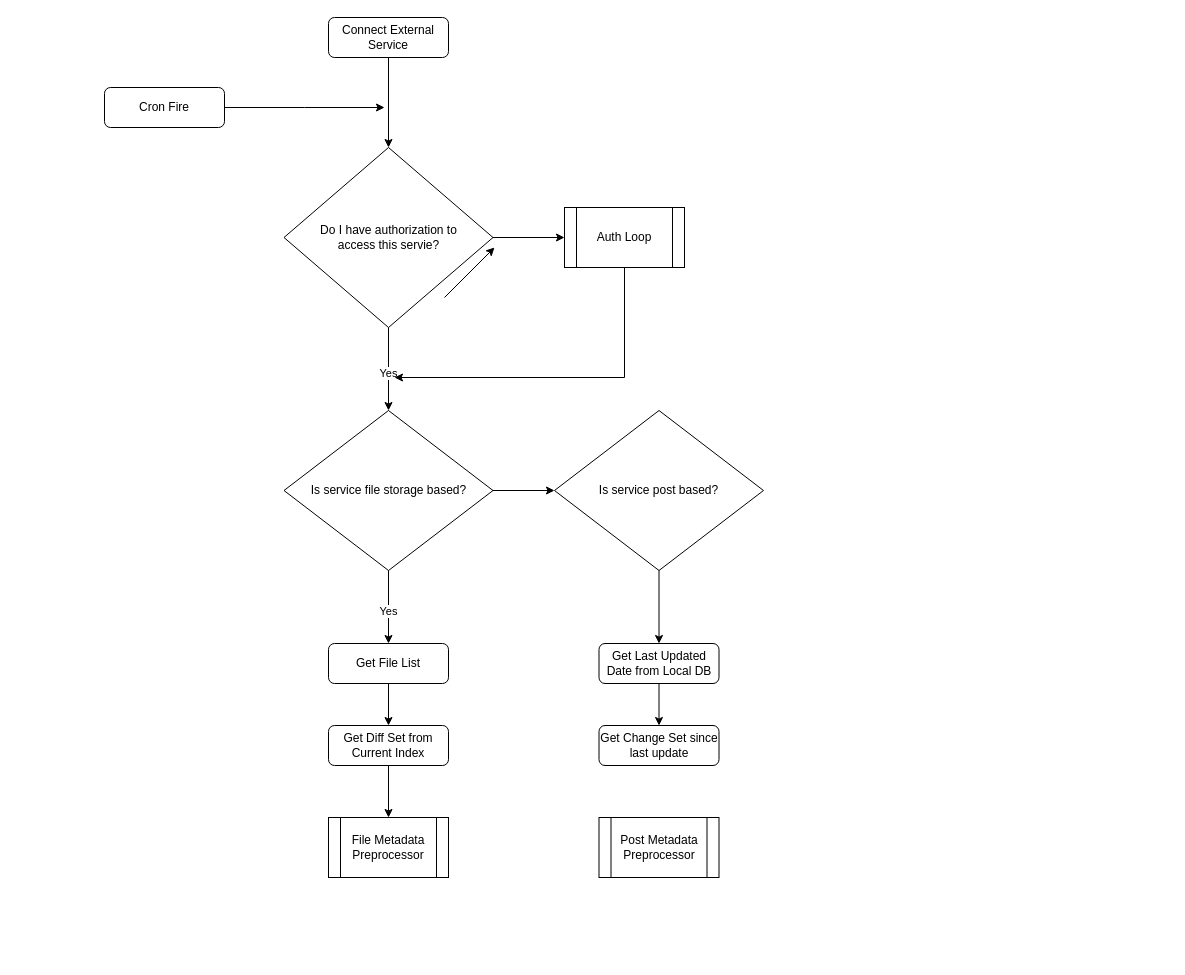
The draw.io diagram Untitled Diagram.drawio in amanrai/substrate, before the edit. Source tidied: cells renumbered, new cells numbered last; positions are measured from the earlier drawing's top-left corner, leaving out a move shared by most shapes. Both pictures are drawn from the tidied source at 100%, with x=0, y=0 at pixel (104, 17).
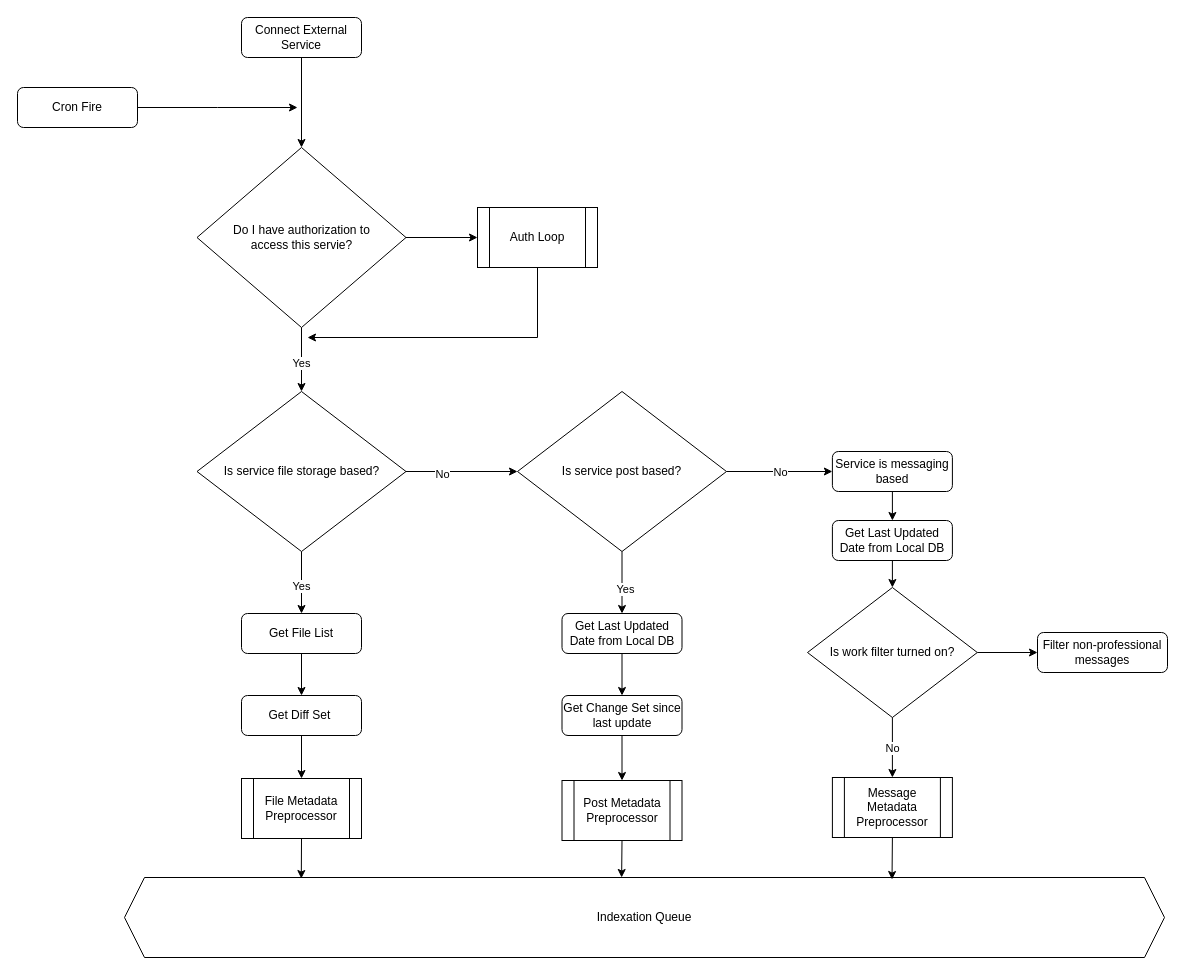
The same diagram, later.

Unchanged cells that the change refers to:
```xml
<mxCell id="19" style="endArrow=classic;html=1;rounded=0;exitX=1;exitY=0.5;exitDx=0;exitDy=0;entryX=0;entryY=0.5;entryDx=0;entryDy=0;" parent="1" edge="1" source="3" target="18">
  <mxGeometry relative="1" as="geometry" />
</mxCell>
<mxCell id="25" style="endArrow=classic;html=1;rounded=0;exitX=0.5;exitY=1;exitDx=0;exitDy=0;entryX=0.5;entryY=0;entryDx=0;entryDy=0;" parent="1" edge="1" source="18" target="20">
  <mxGeometry relative="1" as="geometry" />
</mxCell>
```

Diff of the diagram source:
```diff
@@
     <mxCell id="2" value="Connect External Service" style="rounded=1;whiteSpace=wrap;html=1;fontSize=12;glass=0;strokeWidth=1;shadow=0;" parent="1" vertex="1">
-      <mxGeometry x="224" width="120" height="40" as="geometry" />
+      <mxGeometry x="137" width="120" height="40" as="geometry" />
     </mxCell>
     <mxCell id="3" value="Is service file storage based?" style="rhombus;whiteSpace=wrap;html=1;" parent="1" vertex="1">
-      <mxGeometry x="179.5" y="393" width="209" height="160" as="geometry" />
+      <mxGeometry x="92.5" y="374" width="209" height="160" as="geometry" />
     </mxCell>
     <mxCell id="4" value="Get File List" style="rounded=1;whiteSpace=wrap;html=1;fontSize=12;glass=0;strokeWidth=1;shadow=0;" parent="1" vertex="1">
-      <mxGeometry x="224" y="626" width="120" height="40" as="geometry" />
+      <mxGeometry x="137" y="596" width="120" height="40" as="geometry" />
     </mxCell>
@@
-    <mxCell id="7" value="Get Diff Set from Current Index" style="rounded=1;whiteSpace=wrap;html=1;fontSize=12;glass=0;strokeWidth=1;shadow=0;" parent="1" vertex="1">
-      <mxGeometry x="224" y="708" width="120" height="40" as="geometry" />
+    <mxCell id="7" value="Get Diff Set&amp;nbsp;" style="rounded=1;whiteSpace=wrap;html=1;fontSize=12;glass=0;strokeWidth=1;shadow=0;" parent="1" vertex="1">
+      <mxGeometry x="137" y="678" width="120" height="40" as="geometry" />
     </mxCell>
     <mxCell id="8" value="Do I have authorization to &lt;br&gt;access this servie?" style="rhombus;whiteSpace=wrap;html=1;" parent="1" vertex="1">
-      <mxGeometry x="179.5" y="130" width="209" height="180" as="geometry" />
+      <mxGeometry x="92.5" y="130" width="209" height="180" as="geometry" />
     </mxCell>
@@
     <mxCell id="12" value="File Metadata Preprocessor" style="shape=process;whiteSpace=wrap;html=1;backgroundOutline=1;" parent="1" vertex="1">
-      <mxGeometry x="224" y="800" width="120" height="60" as="geometry" />
+      <mxGeometry x="137" y="761" width="120" height="60" as="geometry" />
     </mxCell>
@@
     <mxCell id="15" value="Auth Loop" style="shape=process;whiteSpace=wrap;html=1;backgroundOutline=1;" parent="1" vertex="1">
-      <mxGeometry x="460" y="190" width="120" height="60" as="geometry" />
+      <mxGeometry x="373" y="190" width="120" height="60" as="geometry" />
     </mxCell>
@@
     <mxCell id="17" style="endArrow=classic;html=1;rounded=0;exitX=0.5;exitY=1;exitDx=0;exitDy=0;" parent="1" edge="1" source="15">
       <mxGeometry relative="1" as="geometry">
-        <mxPoint x="290" y="360" as="targetPoint" />
+        <mxPoint x="203" y="320" as="targetPoint" />
         <Array as="points">
-          <mxPoint x="520" y="360" />
+          <mxPoint x="433" y="320" />
         </Array>
       </mxGeometry>
     </mxCell>
     <mxCell id="18" value="Is service post based?" style="rhombus;whiteSpace=wrap;html=1;" parent="1" vertex="1">
-      <mxGeometry x="450" y="393" width="209" height="160" as="geometry" />
+      <mxGeometry x="413" y="374" width="209" height="160" as="geometry" />
     </mxCell>
@@
+    <mxCell id="28" value="No" style="edgeLabel;html=1;align=center;verticalAlign=middle;" parent="19" vertex="1">
+      <mxGeometry x="-0.35" y="-2" relative="1" as="geometry" />
+    </mxCell>
     <mxCell id="20" value="Get Last Updated Date from Local DB" style="rounded=1;whiteSpace=wrap;html=1;fontSize=12;glass=0;strokeWidth=1;shadow=0;" parent="1" vertex="1">
-      <mxGeometry x="494.5" y="626" width="120" height="40" as="geometry" />
+      <mxGeometry x="457.5" y="596" width="120" height="40" as="geometry" />
     </mxCell>
     <mxCell id="21" style="edgeStyle=orthogonalEdgeStyle;rounded=0;jettySize=auto;html=1;exitX=1;exitY=0.5;exitDx=0;exitDy=0;" parent="1" edge="1" source="22">
       <mxGeometry relative="1" as="geometry">
-        <mxPoint x="280" y="90" as="targetPoint" />
+        <mxPoint x="193" y="90" as="targetPoint" />
       </mxGeometry>
     </mxCell>
     <mxCell id="22" value="Cron Fire" style="rounded=1;whiteSpace=wrap;html=1;fontSize=12;glass=0;strokeWidth=1;shadow=0;" parent="1" vertex="1">
-      <mxGeometry y="70" width="120" height="40" as="geometry" />
+      <mxGeometry x="-87" y="70" width="120" height="40" as="geometry" />
     </mxCell>
-    <mxCell id="23" style="endArrow=classic;html=1;rounded=0;" parent="1" edge="1">
-      <mxGeometry relative="1" as="geometry">
-        <mxPoint x="340" y="280" as="sourcePoint" />
-        <mxPoint x="390" y="230" as="targetPoint" />
-      </mxGeometry>
-    </mxCell>
     <mxCell id="24" value="Get Change Set since last update" style="rounded=1;whiteSpace=wrap;html=1;fontSize=12;glass=0;strokeWidth=1;shadow=0;" parent="1" vertex="1">
-      <mxGeometry x="494.5" y="708" width="120" height="40" as="geometry" />
+      <mxGeometry x="457.5" y="678" width="120" height="40" as="geometry" />
     </mxCell>
@@
+    <mxCell id="29" value="Yes" style="edgeLabel;html=1;align=center;verticalAlign=middle;" parent="25" vertex="1">
+      <mxGeometry x="0.18" y="3" relative="1" as="geometry" />
+    </mxCell>
     <mxCell id="26" value="Post Metadata Preprocessor" style="shape=process;whiteSpace=wrap;html=1;backgroundOutline=1;" parent="1" vertex="1">
-      <mxGeometry x="494.5" y="800" width="120" height="60" as="geometry" />
+      <mxGeometry x="457.5" y="763" width="120" height="60" as="geometry" />
     </mxCell>
@@
+    <mxCell id="30" style="endArrow=classic;html=1;rounded=0;exitX=0.5;exitY=1;exitDx=0;exitDy=0;entryX=0.5;entryY=0;entryDx=0;entryDy=0;" parent="1" edge="1" source="24" target="26">
+      <mxGeometry relative="1" as="geometry" />
+    </mxCell>
+    <mxCell id="31" value="Get Last Updated Date from Local DB" style="rounded=1;whiteSpace=wrap;html=1;fontSize=12;glass=0;strokeWidth=1;shadow=0;" parent="1" vertex="1">
+      <mxGeometry x="727.9" y="503" width="120" height="40" as="geometry" />
+    </mxCell>
+    <mxCell id="32" value="Message Metadata Preprocessor" style="shape=process;whiteSpace=wrap;html=1;backgroundOutline=1;" parent="1" vertex="1">
+      <mxGeometry x="727.9" y="760" width="120" height="60" as="geometry" />
+    </mxCell>
+    <mxCell id="33" value="Is work filter turned on?" style="rhombus;whiteSpace=wrap;html=1;" parent="1" vertex="1">
+      <mxGeometry x="703" y="570" width="169.8" height="130" as="geometry" />
+    </mxCell>
+    <mxCell id="34" value="Filter non-professional messages" style="rounded=1;whiteSpace=wrap;html=1;fontSize=12;glass=0;strokeWidth=1;shadow=0;" parent="1" vertex="1">
+      <mxGeometry x="933" y="615" width="130" height="40" as="geometry" />
+    </mxCell>
+    <mxCell id="35" style="endArrow=classic;html=1;rounded=0;exitX=1;exitY=0.5;exitDx=0;exitDy=0;entryX=0;entryY=0.5;entryDx=0;entryDy=0;" parent="1" edge="1" source="18" target="37">
+      <mxGeometry relative="1" as="geometry" />
+    </mxCell>
+    <mxCell id="36" value="No" style="edgeLabel;html=1;align=center;verticalAlign=middle;" parent="35" vertex="1">
+      <mxGeometry x="0.01" relative="1" as="geometry" />
+    </mxCell>
+    <mxCell id="37" value="Service is messaging based" style="rounded=1;whiteSpace=wrap;html=1;fontSize=12;glass=0;strokeWidth=1;shadow=0;" parent="1" vertex="1">
+      <mxGeometry x="727.9" y="434" width="120" height="40" as="geometry" />
+    </mxCell>
+    <mxCell id="38" style="endArrow=classic;html=1;rounded=0;exitX=0.5;exitY=1;exitDx=0;exitDy=0;entryX=0.5;entryY=0;entryDx=0;entryDy=0;" parent="1" edge="1" source="37" target="31">
+      <mxGeometry relative="1" as="geometry" />
+    </mxCell>
+    <mxCell id="39" style="endArrow=classic;html=1;rounded=0;exitX=0.5;exitY=1;exitDx=0;exitDy=0;" parent="1" edge="1" source="31" target="33">
+      <mxGeometry relative="1" as="geometry" />
+    </mxCell>
+    <mxCell id="40" style="endArrow=classic;html=1;rounded=0;exitX=0.5;exitY=1;exitDx=0;exitDy=0;entryX=0.5;entryY=0;entryDx=0;entryDy=0;" parent="1" edge="1" source="33" target="32">
+      <mxGeometry relative="1" as="geometry" />
+    </mxCell>
+    <mxCell id="41" value="No" style="edgeLabel;html=1;align=center;verticalAlign=middle;" parent="40" vertex="1">
+      <mxGeometry relative="1" as="geometry" />
+    </mxCell>
+    <mxCell id="42" style="endArrow=classic;html=1;rounded=0;exitX=1;exitY=0.5;exitDx=0;exitDy=0;entryX=0;entryY=0.5;entryDx=0;entryDy=0;" parent="1" edge="1" source="33" target="34">
+      <mxGeometry relative="1" as="geometry" />
+    </mxCell>
+    <mxCell id="43" value="Indexation Queue" style="shape=hexagon;perimeter=hexagonPerimeter2;whiteSpace=wrap;html=1;fixedSize=1;" parent="1" vertex="1">
+      <mxGeometry x="20" y="860" width="1040" height="80" as="geometry" />
+    </mxCell>
+    <mxCell id="44" style="endArrow=classic;html=1;rounded=0;exitX=0.5;exitY=1;exitDx=0;exitDy=0;entryX=0.17;entryY=0.013;entryDx=0;entryDy=0;entryPerimeter=0;" parent="1" edge="1" source="12" target="43">
+      <mxGeometry relative="1" as="geometry" />
+    </mxCell>
+    <mxCell id="45" style="endArrow=classic;html=1;rounded=0;exitX=0.5;exitY=1;exitDx=0;exitDy=0;entryX=0.478;entryY=0;entryDx=0;entryDy=0;entryPerimeter=0;" parent="1" edge="1" source="26" target="43">
+      <mxGeometry relative="1" as="geometry" />
+    </mxCell>
+    <mxCell id="46" style="endArrow=classic;html=1;rounded=0;exitX=0.5;exitY=1;exitDx=0;exitDy=0;entryX=0.738;entryY=0.025;entryDx=0;entryDy=0;entryPerimeter=0;" parent="1" edge="1" source="32" target="43">
+      <mxGeometry relative="1" as="geometry" />
+    </mxCell>
```
